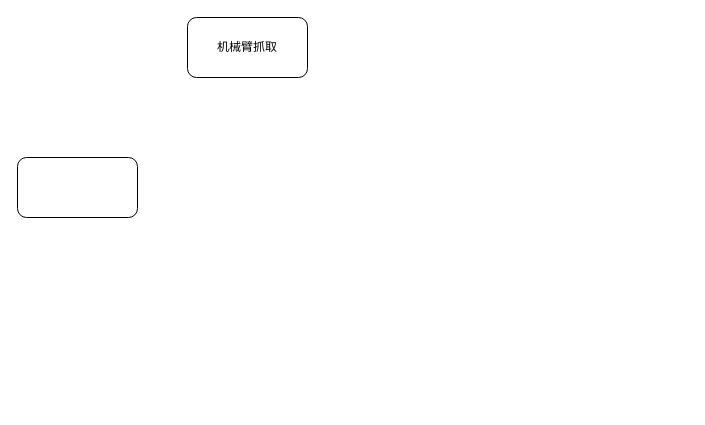
The draw.io diagram 未命名绘图.drawio in li-rh/diagrams.net, before the edit. Source tidied: cells renumbered, new cells numbered last; positions are measured from the earlier drawing's top-left corner, leaving out a move shared by most shapes. Both pictures are drawn from the tidied source at 100%, with x=0, y=0 at pixel (17, 17).
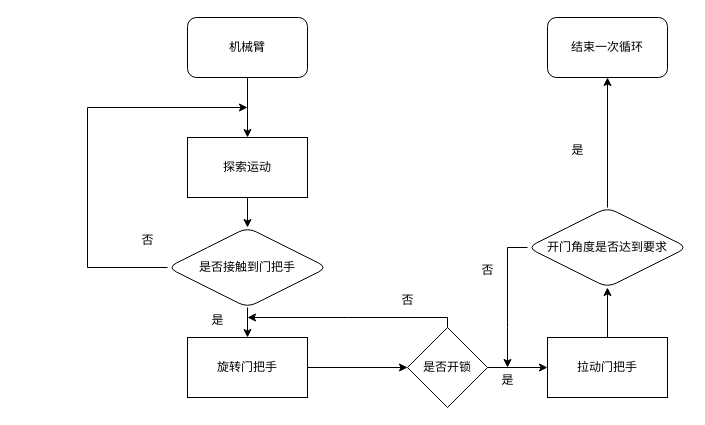
Above is the later version.

Commit message:
更新未命名绘图.drawio

Diff of the diagram source:
```diff
@@
+    <mxCell id="4" style="edgeStyle=orthogonalEdgeStyle;rounded=0;jettySize=auto;html=1;" parent="1" edge="1" source="2" target="9">
+      <mxGeometry relative="1" as="geometry" />
+    </mxCell>
-    <mxCell id="2" value="机械臂抓取" style="rounded=1;whiteSpace=wrap;html=1;" parent="1" vertex="1">
+    <mxCell id="2" value="机械臂" style="rounded=1;whiteSpace=wrap;html=1;" parent="1" vertex="1">
       <mxGeometry x="170" width="120" height="60" as="geometry" />
     </mxCell>
-    <mxCell id="3" style="rounded=1;whiteSpace=wrap;html=1;" parent="1" vertex="1">
-      <mxGeometry y="140" width="120" height="60" as="geometry" />
-    </mxCell>
+    <mxCell id="5" style="edgeStyle=orthogonalEdgeStyle;rounded=0;jettySize=auto;html=1;exitX=0;exitY=0.5;exitDx=0;exitDy=0;" parent="1" edge="1" source="7">
+      <mxGeometry relative="1" as="geometry">
+        <mxPoint x="230" y="90" as="targetPoint" />
+        <Array as="points">
+          <mxPoint x="70" y="250" />
+          <mxPoint x="70" y="90" />
+        </Array>
+      </mxGeometry>
+    </mxCell>
+    <mxCell id="6" style="edgeStyle=orthogonalEdgeStyle;rounded=0;jettySize=auto;html=1;" parent="1" edge="1" source="7" target="12">
+      <mxGeometry relative="1" as="geometry" />
+    </mxCell>
+    <mxCell id="7" value="是否接触到门把手" style="rhombus;whiteSpace=wrap;html=1;rounded=1;" parent="1" vertex="1">
+      <mxGeometry x="150" y="210" width="160" height="80" as="geometry" />
+    </mxCell>
+    <mxCell id="8" style="edgeStyle=orthogonalEdgeStyle;rounded=0;jettySize=auto;html=1;" parent="1" edge="1" source="9" target="7">
+      <mxGeometry relative="1" as="geometry" />
+    </mxCell>
+    <mxCell id="9" value="探索运动" style="rounded=0;whiteSpace=wrap;html=1;" parent="1" vertex="1">
+      <mxGeometry x="170" y="120" width="120" height="60" as="geometry" />
+    </mxCell>
+    <mxCell id="10" value="否" style="text;html=1;align=center;verticalAlign=middle;strokeColor=none;fillColor=none;" parent="1" vertex="1">
+      <mxGeometry x="110" y="208" width="40" height="30" as="geometry" />
+    </mxCell>
+    <mxCell id="11" style="edgeStyle=orthogonalEdgeStyle;rounded=0;jettySize=auto;html=1;" parent="1" edge="1" source="12" target="15">
+      <mxGeometry relative="1" as="geometry" />
+    </mxCell>
+    <mxCell id="12" value="旋转门把手" style="rounded=0;whiteSpace=wrap;html=1;" parent="1" vertex="1">
+      <mxGeometry x="170" y="320" width="120" height="60" as="geometry" />
+    </mxCell>
+    <mxCell id="13" style="edgeStyle=orthogonalEdgeStyle;rounded=0;jettySize=auto;html=1;exitX=0.5;exitY=0;exitDx=0;exitDy=0;" parent="1" edge="1" source="15">
+      <mxGeometry relative="1" as="geometry">
+        <mxPoint x="230" y="300" as="targetPoint" />
+        <Array as="points">
+          <mxPoint x="430" y="300" />
+          <mxPoint x="330" y="300" />
+        </Array>
+      </mxGeometry>
+    </mxCell>
+    <mxCell id="14" style="edgeStyle=orthogonalEdgeStyle;rounded=0;jettySize=auto;html=1;" parent="1" edge="1" source="15" target="18">
+      <mxGeometry relative="1" as="geometry" />
+    </mxCell>
+    <mxCell id="15" value="是否开锁" style="rhombus;whiteSpace=wrap;html=1;rounded=0;" parent="1" vertex="1">
+      <mxGeometry x="390" y="310" width="80" height="80" as="geometry" />
+    </mxCell>
+    <mxCell id="16" value="否" style="text;html=1;align=center;verticalAlign=middle;strokeColor=none;fillColor=none;" parent="1" vertex="1">
+      <mxGeometry x="370" y="268" width="40" height="30" as="geometry" />
+    </mxCell>
+    <mxCell id="17" style="edgeStyle=orthogonalEdgeStyle;rounded=0;jettySize=auto;html=1;" parent="1" edge="1" source="18" target="21">
+      <mxGeometry relative="1" as="geometry" />
+    </mxCell>
+    <mxCell id="18" value="拉动门把手" style="whiteSpace=wrap;html=1;rounded=0;" parent="1" vertex="1">
+      <mxGeometry x="530" y="320" width="120" height="60" as="geometry" />
+    </mxCell>
+    <mxCell id="19" style="edgeStyle=orthogonalEdgeStyle;rounded=0;jettySize=auto;html=1;exitX=0;exitY=0.5;exitDx=0;exitDy=0;" parent="1" edge="1" source="21">
+      <mxGeometry relative="1" as="geometry">
+        <mxPoint x="490" y="350" as="targetPoint" />
+      </mxGeometry>
+    </mxCell>
+    <mxCell id="20" style="edgeStyle=orthogonalEdgeStyle;rounded=0;jettySize=auto;html=1;exitX=0.5;exitY=0;exitDx=0;exitDy=0;" parent="1" edge="1" source="21" target="23">
+      <mxGeometry relative="1" as="geometry" />
+    </mxCell>
+    <mxCell id="21" value="开门角度是否达到要求" style="rhombus;whiteSpace=wrap;html=1;rounded=1;" parent="1" vertex="1">
+      <mxGeometry x="510" y="190" width="160" height="80" as="geometry" />
+    </mxCell>
+    <mxCell id="22" value="否" style="text;html=1;align=center;verticalAlign=middle;strokeColor=none;fillColor=none;" parent="1" vertex="1">
+      <mxGeometry x="450" y="238" width="40" height="30" as="geometry" />
+    </mxCell>
+    <mxCell id="23" value="结束一次循环" style="rounded=1;whiteSpace=wrap;html=1;" parent="1" vertex="1">
+      <mxGeometry x="530" width="120" height="60" as="geometry" />
+    </mxCell>
+    <mxCell id="24" value="是" style="text;html=1;align=center;verticalAlign=middle;strokeColor=none;fillColor=none;" parent="1" vertex="1">
+      <mxGeometry x="540" y="118" width="40" height="30" as="geometry" />
+    </mxCell>
+    <mxCell id="25" value="是" style="text;html=1;align=center;verticalAlign=middle;strokeColor=none;fillColor=none;" parent="1" vertex="1">
+      <mxGeometry x="470" y="348" width="40" height="30" as="geometry" />
+    </mxCell>
+    <mxCell id="26" value="是" style="text;html=1;align=center;verticalAlign=middle;strokeColor=none;fillColor=none;" parent="1" vertex="1">
+      <mxGeometry x="180" y="288" width="40" height="30" as="geometry" />
+    </mxCell>
```
